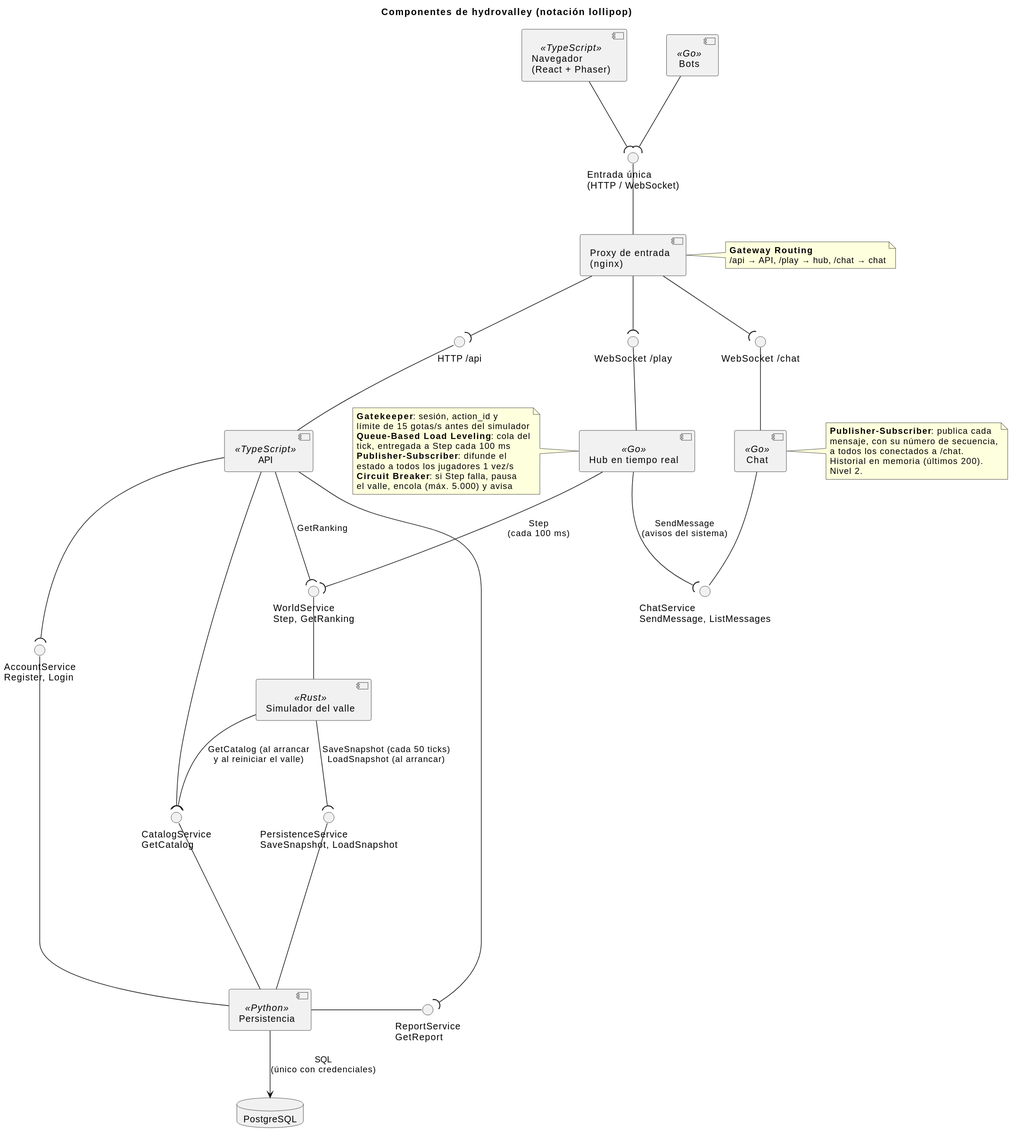
Above: docs/diagrams/02-componentes.svg in iadev2005/hydrovalley (PlantUML), before the change. The source it was exported from:
```plantuml
@startuml
title Componentes de hydrovalley (notación lollipop)
top to bottom direction
skinparam componentStyle uml2
skinparam nodesep 60
skinparam ranksep 70

component "Navegador\n(React + Phaser)" as Browser <<TypeScript>>
component "Bots" as Bots <<Go>>

component "Proxy de entrada\n(nginx)" as Proxy
() "Entrada única\n(HTTP / WebSocket)" as I_Entry

component "API" as Api <<TypeScript>>
component "Hub en tiempo real" as Hub <<Go>>
component "Chat" as Chat <<Go>>
() "HTTP /api" as I_Api
() "WebSocket /play" as I_Play
() "WebSocket /chat" as I_Chat

component "Simulador del valle" as World <<Rust>>
component "Persistencia" as Persistence <<Python>>
database "PostgreSQL" as Db
() "WorldService\nStep, GetRanking" as I_World
() "ChatService\nSendMessage, ListMessages" as I_ChatSvc
() "PersistenceService\nSaveSnapshot, LoadSnapshot" as I_Persistence
() "AccountService\nRegister, Login" as I_Account
() "CatalogService\nGetCatalog" as I_Catalog
() "ReportService\nGetReport" as I_Report

Proxy -up- I_Entry
Browser -down-( I_Entry
Bots -down-( I_Entry

Api -up- I_Api
Hub -up- I_Play
Chat -up- I_Chat
Proxy -down-( I_Api
Proxy -down-( I_Play
Proxy -down-( I_Chat

Chat -down- I_ChatSvc
Hub -right-( I_ChatSvc : SendMessage\n(avisos del sistema)

World -up- I_World
Hub -down-( I_World : Step\n(cada 100 ms)
Api -down-( I_World : GetRanking

Persistence -up--- I_Persistence
Persistence -left- I_Account
Persistence -up- I_Catalog
Persistence -right- I_Report
World -down-( I_Persistence : SaveSnapshot (cada 50 ticks)\nLoadSnapshot (al arrancar)
World -down-( I_Catalog : GetCatalog (al arrancar\ny al reiniciar el valle)
Api -down-( I_Account
Api -down-( I_Catalog
Api -down-( I_Report

Persistence -down-> Db : SQL\n(único con credenciales)

Browser -[hidden]right- Bots
Api -[hidden]right- Hub
Hub -[hidden]right- Chat

note right of Proxy
  <b>Gateway Routing</b>
  /api → API, /play → hub, /chat → chat
end note

note left of Hub
  <b>Gatekeeper</b>: sesión, action_id y
  límite de 15 gotas/s antes del simulador
  <b>Queue-Based Load Leveling</b>: cola del
  tick, entregada a Step cada 100 ms
  <b>Publisher-Subscriber</b>: difunde el
  estado a todos los jugadores 1 vez/s
  <b>Circuit Breaker</b>: si Step falla, pausa
  el valle, encola (máx. 5.000) y avisa
end note

note right of Chat
  <b>Publisher-Subscriber</b>: publica cada
  mensaje, con su número de secuencia,
  a todos los conectados a /chat.
  Historial en memoria (últimos 200).
  Nivel 2.
end note
@enduml
```
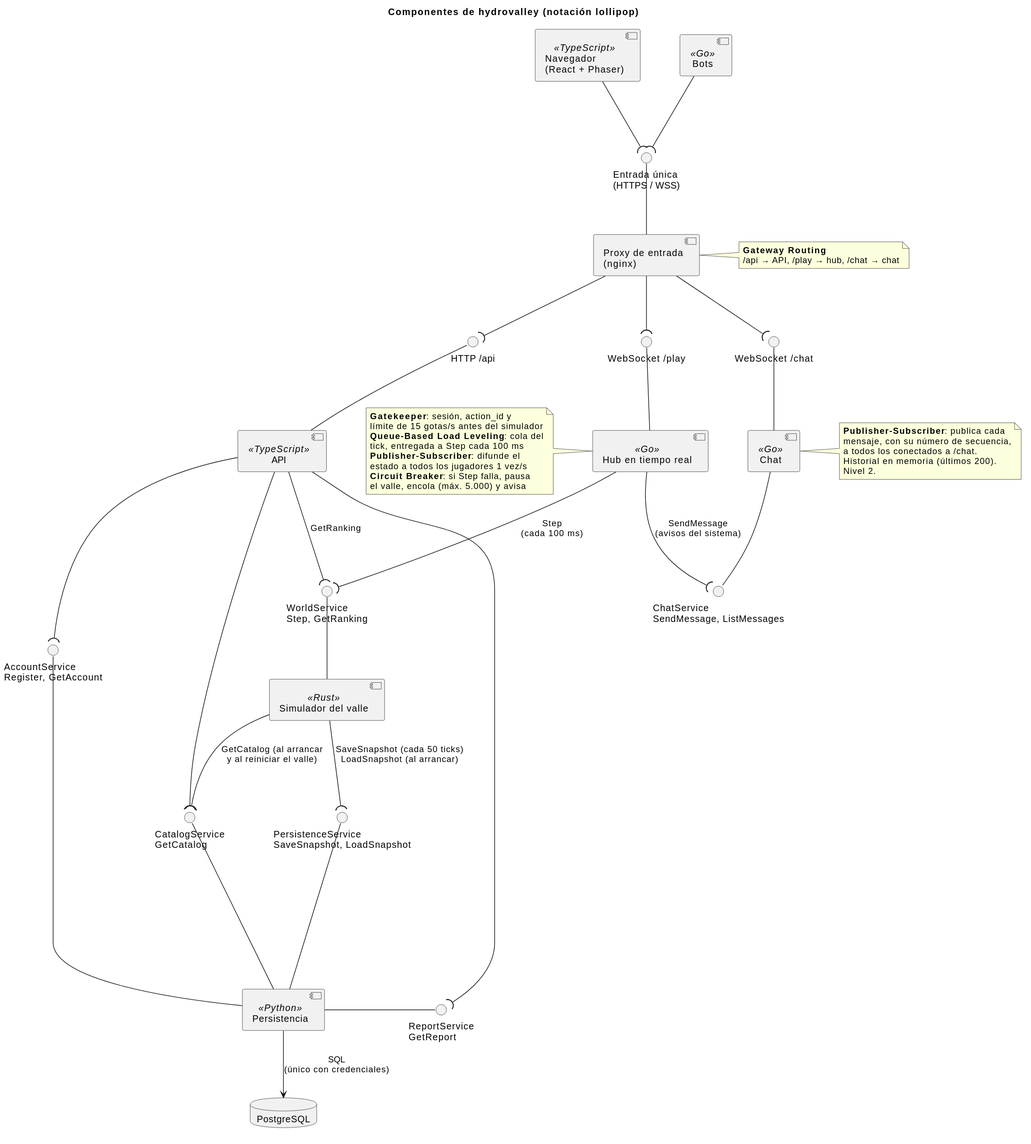
After the change.

Change to the diagram source:
```diff
@@ -9,7 +9,7 @@
 component "Bots" as Bots <<Go>>
 
 component "Proxy de entrada\n(nginx)" as Proxy
-() "Entrada única\n(HTTP / WebSocket)" as I_Entry
+() "Entrada única\n(HTTPS / WSS)" as I_Entry
 
 component "API" as Api <<TypeScript>>
 component "Hub en tiempo real" as Hub <<Go>>
@@ -24,7 +24,7 @@
 () "WorldService\nStep, GetRanking" as I_World
 () "ChatService\nSendMessage, ListMessages" as I_ChatSvc
 () "PersistenceService\nSaveSnapshot, LoadSnapshot" as I_Persistence
-() "AccountService\nRegister, Login" as I_Account
+() "AccountService\nRegister, GetAccount" as I_Account
 () "CatalogService\nGetCatalog" as I_Catalog
 () "ReportService\nGetReport" as I_Report
 
```
